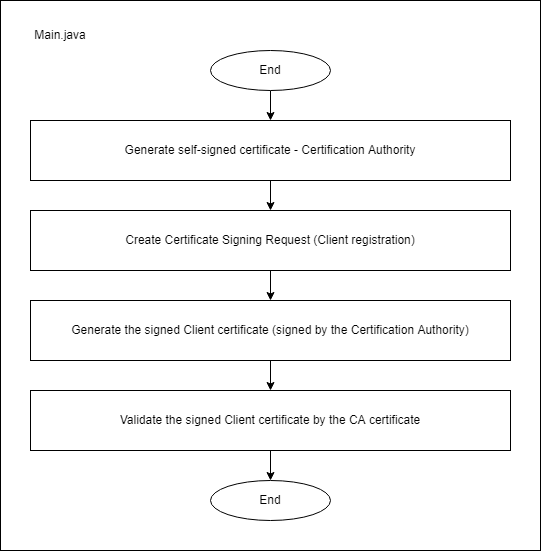
Above: CertificationAuthority/Documentation/uml/BehavioralDiagram.drawio.png in JanSvoboda6/mpc_kry_kryptografie (draw.io), before the change. Source tidied: cells renumbered, new cells last; positions are measured from the earlier drawing's top-left corner, leaving out a move shared by most shapes. The source it was exported from:
```xml
<mxGraphModel>
  <root>
    <mxCell id="0" />
    <mxCell id="1" parent="0" />
    <mxCell id="2" style="rounded=0;whiteSpace=wrap;html=1;" parent="1" vertex="1">
      <mxGeometry width="540" height="550" as="geometry" />
    </mxCell>
    <mxCell id="3" value="Main.java" style="text;html=1;strokeColor=none;fillColor=none;align=center;verticalAlign=middle;whiteSpace=wrap;rounded=0;" parent="1" vertex="1">
      <mxGeometry x="30" y="20" width="60" height="30" as="geometry" />
    </mxCell>
    <mxCell id="4" style="edgeStyle=orthogonalEdgeStyle;rounded=0;jettySize=auto;html=1;exitX=0.5;exitY=1;exitDx=0;exitDy=0;entryX=0.5;entryY=0;entryDx=0;entryDy=0;" parent="1" edge="1" source="5" target="7">
      <mxGeometry relative="1" as="geometry" />
    </mxCell>
    <mxCell id="5" value="Generate self-signed certificate - Certification Authority" style="rounded=0;whiteSpace=wrap;html=1;" parent="1" vertex="1">
      <mxGeometry x="30" y="120" width="480" height="60" as="geometry" />
    </mxCell>
    <mxCell id="6" style="edgeStyle=orthogonalEdgeStyle;rounded=0;jettySize=auto;html=1;exitX=0.5;exitY=1;exitDx=0;exitDy=0;entryX=0.5;entryY=0;entryDx=0;entryDy=0;" parent="1" edge="1" source="7" target="9">
      <mxGeometry relative="1" as="geometry" />
    </mxCell>
    <mxCell id="7" value="Create Certificate Signing Request (Client registration)" style="rounded=0;whiteSpace=wrap;html=1;" parent="1" vertex="1">
      <mxGeometry x="30" y="210" width="480" height="60" as="geometry" />
    </mxCell>
    <mxCell id="8" style="edgeStyle=orthogonalEdgeStyle;rounded=0;jettySize=auto;html=1;exitX=0.5;exitY=1;exitDx=0;exitDy=0;entryX=0.5;entryY=0;entryDx=0;entryDy=0;" parent="1" edge="1" source="9" target="11">
      <mxGeometry relative="1" as="geometry" />
    </mxCell>
    <mxCell id="9" value="Generate the signed Client certificate (signed by the Certification Authority)" style="rounded=0;whiteSpace=wrap;html=1;" parent="1" vertex="1">
      <mxGeometry x="30" y="300" width="480" height="60" as="geometry" />
    </mxCell>
    <mxCell id="10" style="edgeStyle=orthogonalEdgeStyle;rounded=0;jettySize=auto;html=1;exitX=0.5;exitY=1;exitDx=0;exitDy=0;entryX=0.5;entryY=0;entryDx=0;entryDy=0;" parent="1" edge="1" source="11" target="12">
      <mxGeometry relative="1" as="geometry" />
    </mxCell>
    <mxCell id="11" value="Validate the signed Client certificate by the CA certificate" style="rounded=0;whiteSpace=wrap;html=1;" parent="1" vertex="1">
      <mxGeometry x="30" y="390" width="480" height="60" as="geometry" />
    </mxCell>
    <mxCell id="12" value="End" style="ellipse;whiteSpace=wrap;html=1;" parent="1" vertex="1">
      <mxGeometry x="210" y="480" width="120" height="40" as="geometry" />
    </mxCell>
    <mxCell id="13" style="edgeStyle=orthogonalEdgeStyle;rounded=0;jettySize=auto;html=1;exitX=0.5;exitY=1;exitDx=0;exitDy=0;entryX=0.5;entryY=0;entryDx=0;entryDy=0;" parent="1" edge="1" source="14" target="5">
      <mxGeometry relative="1" as="geometry" />
    </mxCell>
    <mxCell id="14" value="End" style="ellipse;whiteSpace=wrap;html=1;" parent="1" vertex="1">
      <mxGeometry x="210" y="50" width="120" height="40" as="geometry" />
    </mxCell>
  </root>
</mxGraphModel>
```
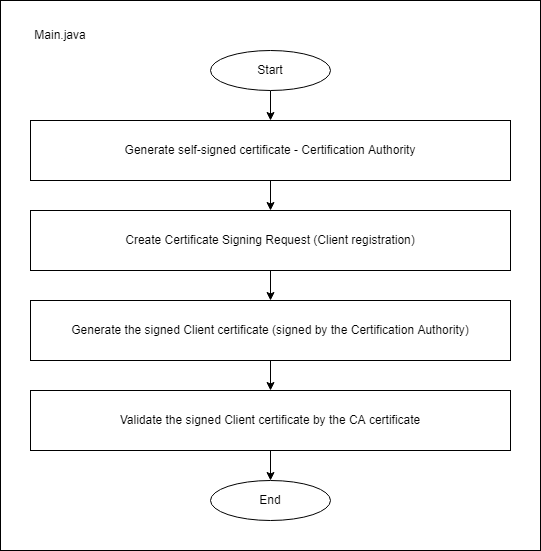
The same diagram one commit later.

Commit message:
Fixed the behavioral diagram

The edit, as a diff of the source:
```diff
@@ -38,7 +38,7 @@
     <mxCell id="13" style="edgeStyle=orthogonalEdgeStyle;rounded=0;jettySize=auto;html=1;exitX=0.5;exitY=1;exitDx=0;exitDy=0;entryX=0.5;entryY=0;entryDx=0;entryDy=0;" parent="1" edge="1" source="14" target="5">
       <mxGeometry relative="1" as="geometry" />
     </mxCell>
-    <mxCell id="14" value="End" style="ellipse;whiteSpace=wrap;html=1;" parent="1" vertex="1">
+    <mxCell id="14" value="Start" style="ellipse;whiteSpace=wrap;html=1;" parent="1" vertex="1">
       <mxGeometry x="210" y="50" width="120" height="40" as="geometry" />
     </mxCell>
   </root>
```
